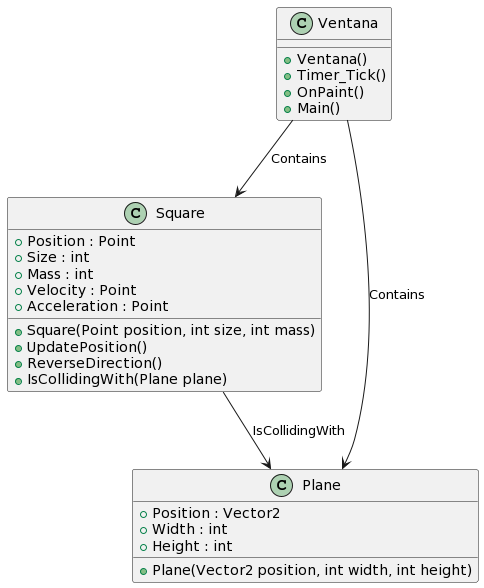
Before: preview/preview.png, a diagram exported from PlantUML (yousseffdil/graphic-engine). The source it was exported from:
```plantuml
@startuml
class Ventana {
    +Ventana()
    +Timer_Tick()
    +OnPaint()
    +Main()
}

class Square {
    +Position : Point
    +Size : int
    +Mass : int
    +Velocity : Point
    +Acceleration : Point
    +Square(Point position, int size, int mass)
    +UpdatePosition()
    +ReverseDirection()
    +IsCollidingWith(Plane plane)
}

class Plane {
    +Position : Vector2
    +Width : int
    +Height : int
    +Plane(Vector2 position, int width, int height)
}

Ventana --> Square : Contains
Ventana --> Plane : Contains
Square --> Plane : IsCollidingWith
@enduml
```
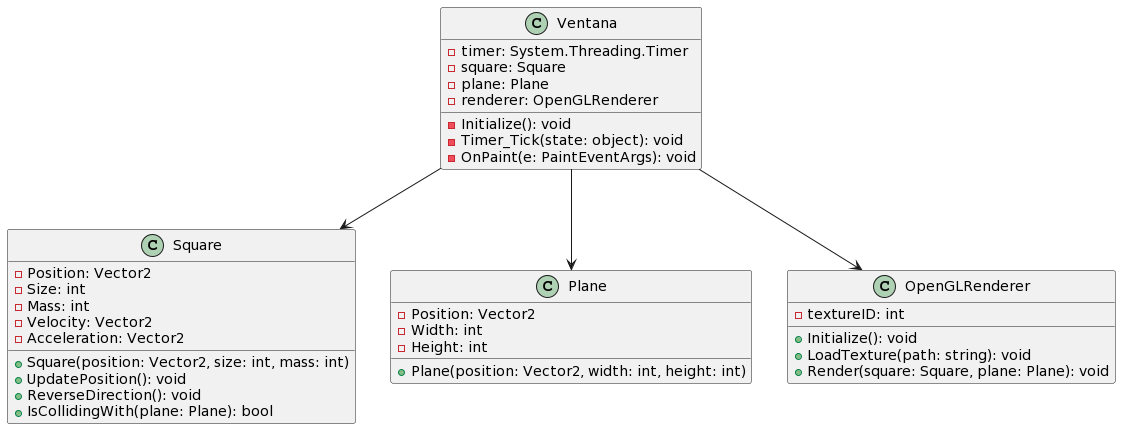
The same diagram one commit later.

Change to the diagram source:
```diff
@@ -1,31 +1,41 @@
 @startuml
 class Ventana {
-    +Ventana()
-    +Timer_Tick()
-    +OnPaint()
-    +Main()
+  - timer: System.Threading.Timer
+  - square: Square
+  - plane: Plane
+  - renderer: OpenGLRenderer
+  - Initialize(): void
+  - Timer_Tick(state: object): void
+  - OnPaint(e: PaintEventArgs): void
 }
 
 class Square {
-    +Position : Point
-    +Size : int
-    +Mass : int
-    +Velocity : Point
-    +Acceleration : Point
-    +Square(Point position, int size, int mass)
-    +UpdatePosition()
-    +ReverseDirection()
-    +IsCollidingWith(Plane plane)
+  - Position: Vector2
+  - Size: int
+  - Mass: int
+  - Velocity: Vector2
+  - Acceleration: Vector2
+  + Square(position: Vector2, size: int, mass: int)
+  + UpdatePosition(): void
+  + ReverseDirection(): void
+  + IsCollidingWith(plane: Plane): bool
 }
 
 class Plane {
-    +Position : Vector2
-    +Width : int
-    +Height : int
-    +Plane(Vector2 position, int width, int height)
+  - Position: Vector2
+  - Width: int
+  - Height: int
+  + Plane(position: Vector2, width: int, height: int)
 }
 
-Ventana --> Square : Contains
-Ventana --> Plane : Contains
-Square --> Plane : IsCollidingWith
+class OpenGLRenderer {
+  - textureID: int
+  + Initialize(): void
+  + LoadTexture(path: string): void
+  + Render(square: Square, plane: Plane): void
+}
+
+Ventana --> Square
+Ventana --> Plane
+Ventana --> OpenGLRenderer
 @enduml
```
